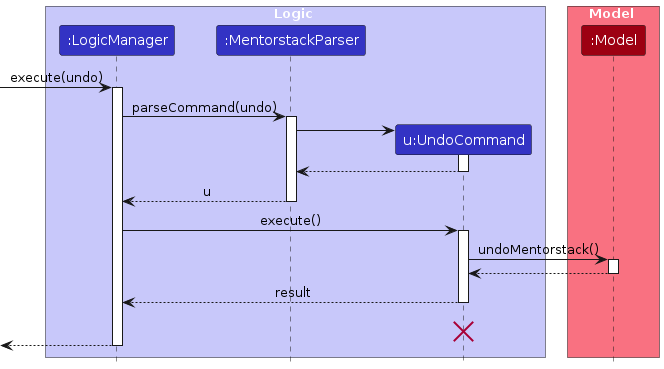
Earlier version of the PlantUML export diagrams/UndoSequenceDiagram-Logic.png (AY2425S2-CS2103-W11-1/tp). Its source is kept beside it as diagrams/UndoSequenceDiagram-Logic.puml.
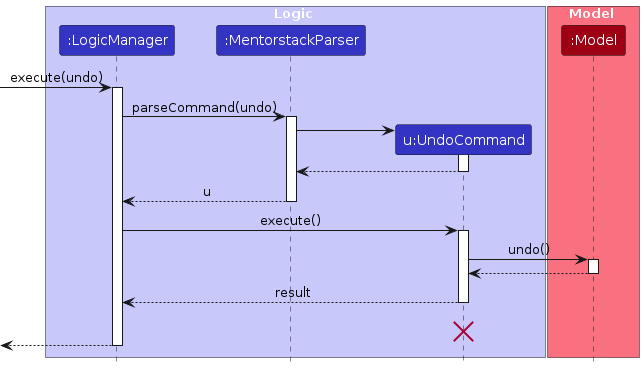
Later version of the same file.

The edit, as a diff of the source:
```diff
@@ -30,7 +30,7 @@
 LogicManager -> UndoCommand : execute()
 activate UndoCommand
 
-UndoCommand -> Model : undoMentorstack()
+UndoCommand -> Model : undo()
 activate Model
 
 Model --> UndoCommand
```
